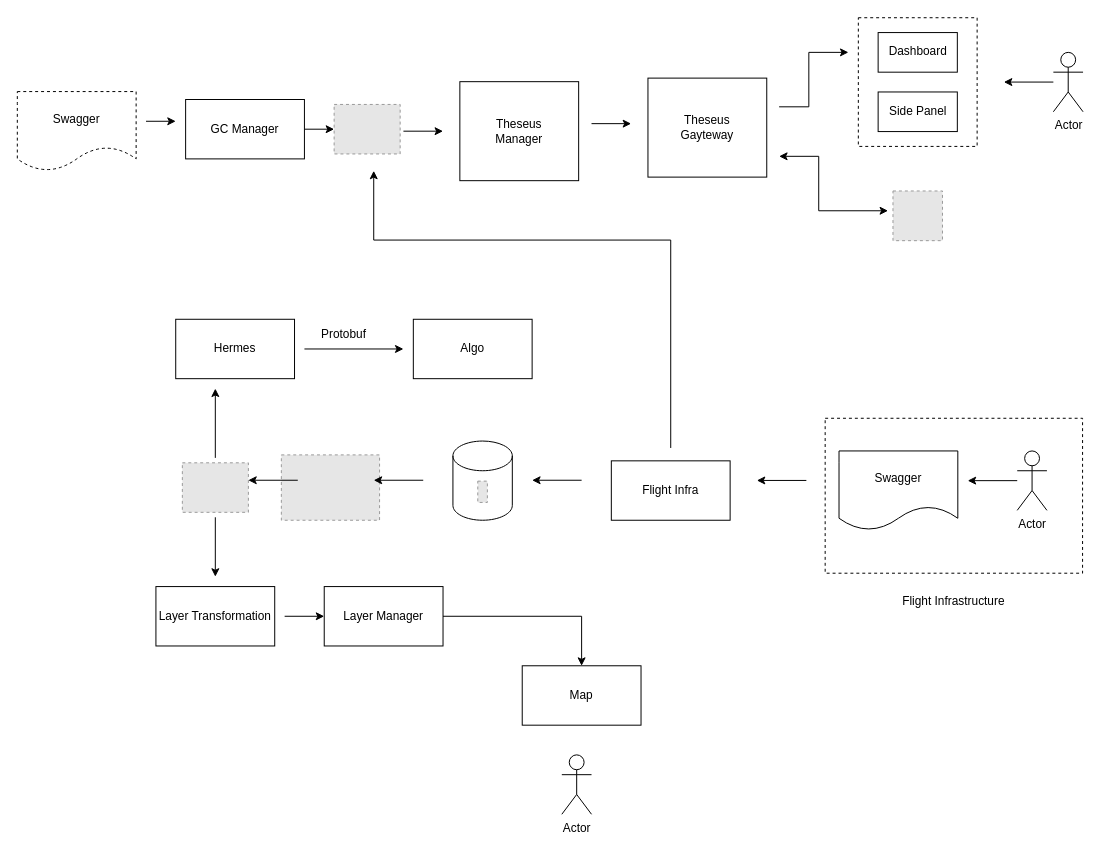
Above: sprint 2 block diagram.drawio in natank/diagrams (draw.io), before the change. Source tidied: cells renumbered, new cells numbered last; positions are measured from the earlier drawing's top-left corner, leaving out a move shared by most shapes. Both pictures are drawn from the tidied source at 99%, with x=0, y=0 at pixel (17, 17). Pictures stored in the file or linked from it are replaced by grey dashed boxes.
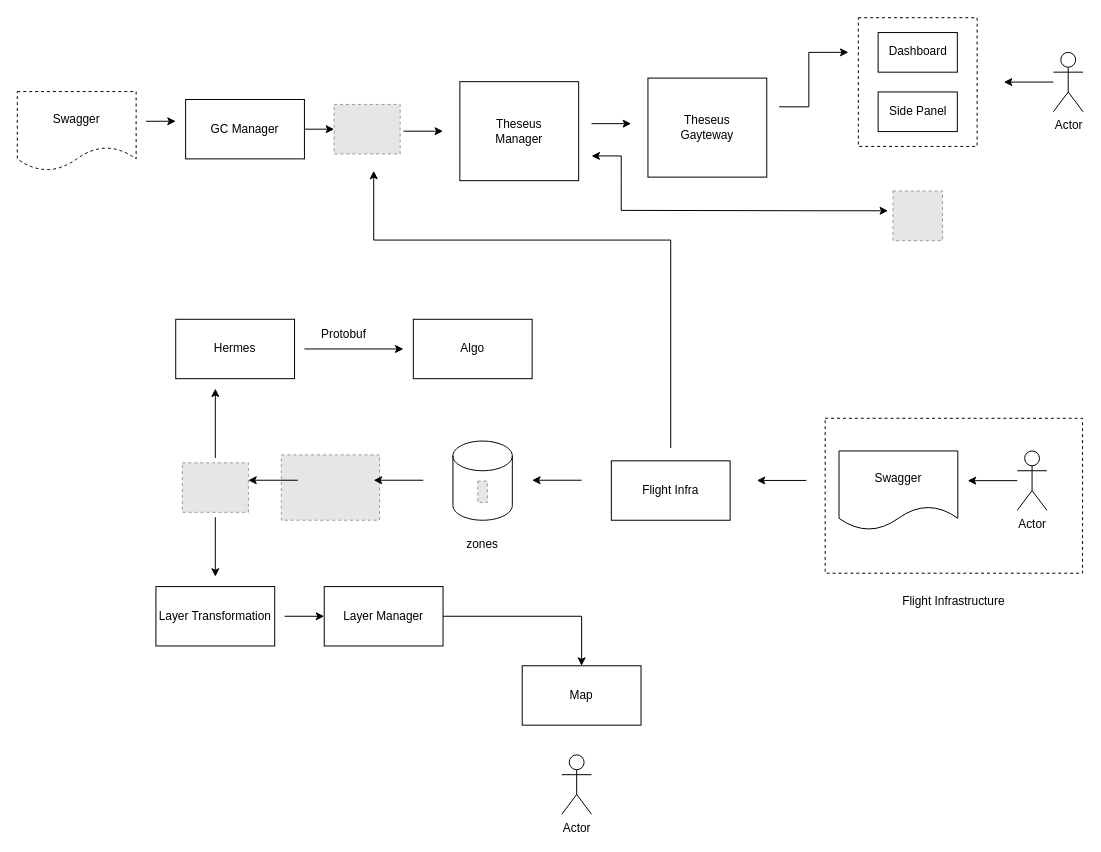
The same diagram, later.

Diff of the diagram source:
```diff
@@
-    <mxCell id="22" style="endArrow=classic;startArrow=classic;html=1;rounded=0;exitX=1;exitY=0.75;exitDx=0;exitDy=0;" parent="1" edge="1">
+    <mxCell id="22" style="endArrow=classic;startArrow=classic;html=1;rounded=0;" parent="1" edge="1">
       <mxGeometry relative="1" as="geometry">
-        <mxPoint x="769.5" y="140.4" as="sourcePoint" />
+        <mxPoint x="580" y="140" as="sourcePoint" />
         <mxPoint x="879.5" y="195.4" as="targetPoint" />
         <Array as="points">
-          <mxPoint x="809.5" y="140.4" />
+          <mxPoint x="610" y="140" />
+          <mxPoint x="610" y="165" />
+          <mxPoint x="610" y="195" />
           <mxPoint x="809.5" y="195.4" />
         </Array>
       </mxGeometry>
     </mxCell>
@@
     <mxCell id="40" style="endArrow=classic;html=1;rounded=0;" parent="1" edge="1">
       <mxGeometry relative="1" as="geometry">
         <mxPoint x="660" y="435" as="sourcePoint" />
         <mxPoint x="360" y="155" as="targetPoint" />
         <Array as="points">
           <mxPoint x="660" y="225" />
+          <mxPoint x="530" y="225" />
           <mxPoint x="360" y="225" />
         </Array>
       </mxGeometry>
     </mxCell>
@@
+    <mxCell id="46" value="zones" style="text;html=1;strokeColor=none;fillColor=none;align=center;verticalAlign=middle;whiteSpace=wrap;rounded=0;" parent="1" vertex="1">
+      <mxGeometry x="440" y="518" width="60" height="30" as="geometry" />
+    </mxCell>
```
